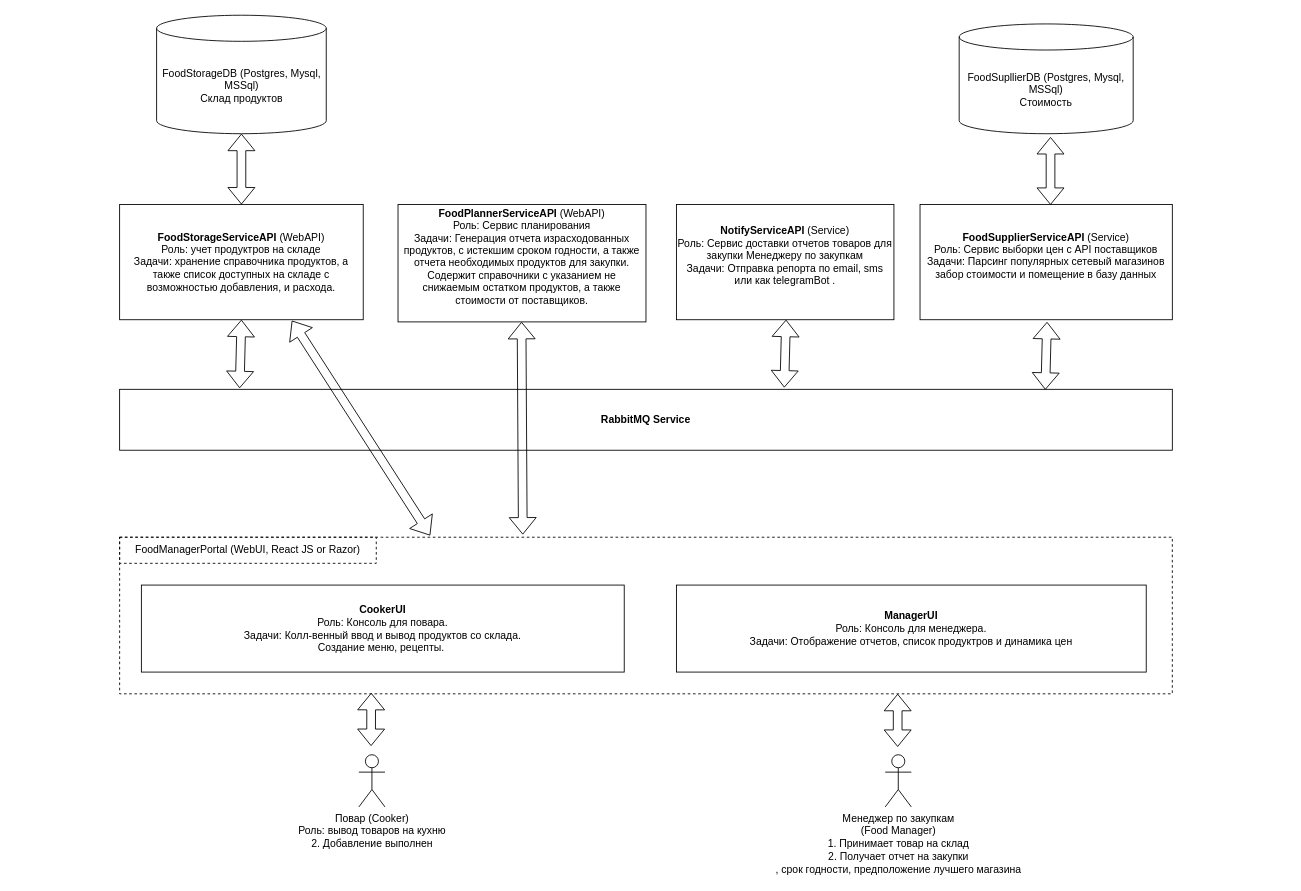
Before: docs/food-manager.drawio in otusroom5/food-manager, a draw.io diagram. Source tidied: cells renumbered, new cells numbered last; positions are measured from the earlier drawing's top-left corner, leaving out a move shared by most shapes. Both pictures are drawn from the tidied source at 87%, with x=0, y=0 at pixel (119, 15).
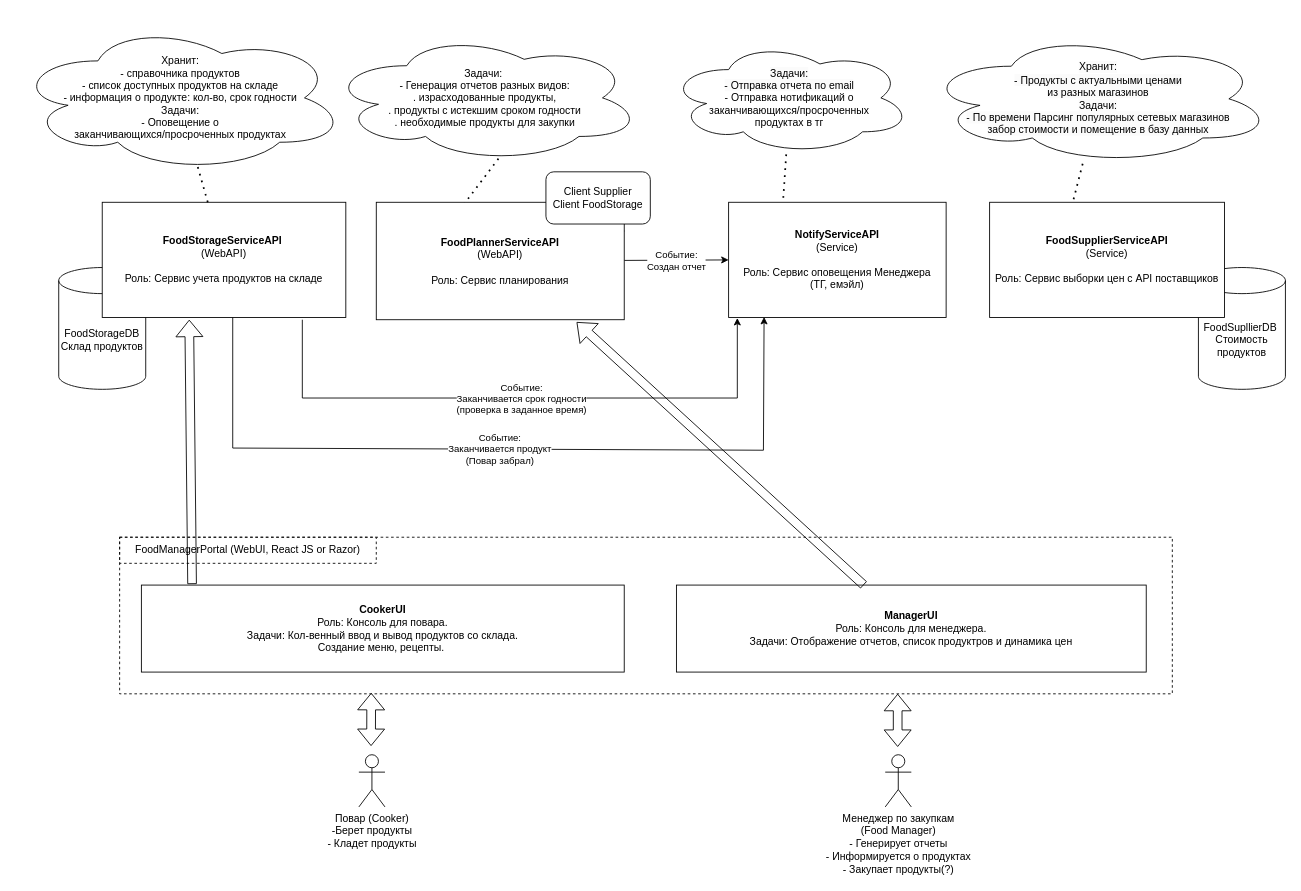
The same diagram, later.

Unchanged cells that the change refers to:
```xml
<mxCell id="9" style="rounded=0;whiteSpace=wrap;html=1;dashed=1;" parent="1" vertex="1">
  <mxGeometry y="600" width="1210" height="180" as="geometry" />
</mxCell>
<mxCell id="11" value="&lt;b&gt;ManagerUI&lt;/b&gt;&lt;br&gt;Роль: Консоль для менеджера.&lt;br&gt;Задачи: Отображение отчетов, список продуктров и динамика цен" style="rounded=0;whiteSpace=wrap;html=1;" parent="1" vertex="1">
  <mxGeometry x="640" y="655" width="540" height="100" as="geometry" />
</mxCell>
```

What changed in the source:
```diff
@@
+    <mxCell id="22" value="FoodSupllierDB&amp;nbsp;&lt;br&gt;Стоимость продуктов" style="shape=cylinder3;whiteSpace=wrap;html=1;boundedLbl=1;backgroundOutline=1;size=15;direction=east;shadow=0;" parent="1" vertex="1">
+      <mxGeometry x="1240" y="290" width="100" height="140" as="geometry" />
+    </mxCell>
-    <mxCell id="2" value="FoodStorageDB (Postgres, Mysql, MSSql)&lt;br&gt;Склад продуктов" style="shape=cylinder3;whiteSpace=wrap;html=1;boundedLbl=1;backgroundOutline=1;size=15;" parent="1" vertex="1">
-      <mxGeometry x="42.5" width="195" height="136.2" as="geometry" />
+    <mxCell id="2" value="FoodStorageDB&lt;br&gt;Склад продуктов" style="shape=cylinder3;whiteSpace=wrap;html=1;boundedLbl=1;backgroundOutline=1;size=15;" parent="1" vertex="1">
+      <mxGeometry x="-70" y="290" width="100" height="140" as="geometry" />
     </mxCell>
-    <mxCell id="3" value="&lt;b&gt;FoodStorageServiceAPI&amp;nbsp;&lt;/b&gt;(WebAPI)&lt;br&gt;Роль: учет продуктров на складе&lt;br&gt;Задачи: хранение справочника продуктов, а также список доступных на складе с возможностью добавления, и расхода." style="rounded=0;whiteSpace=wrap;html=1;" parent="1" vertex="1">
-      <mxGeometry y="217.5" width="280" height="132.5" as="geometry" />
+    <mxCell id="3" value="&lt;b&gt;FoodStorageServiceAPI&amp;nbsp;&lt;br&gt;&lt;/b&gt;(WebAPI)&lt;br&gt;&lt;br&gt;Роль: Сервис учета продуктов на складе" style="rounded=0;whiteSpace=wrap;html=1;" parent="1" vertex="1">
+      <mxGeometry x="-20" y="215" width="280" height="132.5" as="geometry" />
     </mxCell>
-    <mxCell id="4" value="&lt;b&gt;FoodPlannerServiceAPI&lt;/b&gt; (WebAPI)&lt;br&gt;Роль: Сервис планирования&lt;br&gt;Задачи: Генерация отчета израсходованных продуктов, c истекшим сроком годности, а также отчета необходимых продуктов для закупки. Содержит справочники с указанием не снижаемым остатком продуктов, а также стоимости от поставщиков.&lt;br&gt;&amp;nbsp;" style="rounded=0;whiteSpace=wrap;html=1;" parent="1" vertex="1">
-      <mxGeometry x="320" y="217.5" width="285" height="135" as="geometry" />
-    </mxCell>
-    <mxCell id="5" value="Повар (Cooker)&lt;br&gt;Роль: вывод товаров на кухню&lt;br&gt;2. Добавление выполнен" style="shape=umlActor;verticalLabelPosition=bottom;verticalAlign=top;html=1;" parent="1" vertex="1">
+    <mxCell id="5" value="Повар (Cooker)&lt;br&gt;-Берет продукты&lt;br&gt;- Кладет продукты" style="shape=umlActor;verticalLabelPosition=bottom;verticalAlign=top;html=1;" parent="1" vertex="1">
       <mxGeometry x="275" y="850" width="30" height="60" as="geometry" />
     </mxCell>
-    <mxCell id="6" value="Менеджер по закупкам&lt;br&gt;(Food Manager)&lt;br&gt;1. Принимает товар на склад&lt;br&gt;2. Получает отчет на закупки&lt;br&gt;, срок годности, предположение лучшего магазина" style="shape=umlActor;verticalLabelPosition=bottom;verticalAlign=top;html=1;" parent="1" vertex="1">
+    <mxCell id="6" value="Менеджер по закупкам&lt;br&gt;(Food Manager)&lt;br&gt;- Генерирует отчеты&lt;br&gt;- Информируется о продуктах&lt;br&gt;- Закупает продукты(?)" style="shape=umlActor;verticalLabelPosition=bottom;verticalAlign=top;html=1;" parent="1" vertex="1">
       <mxGeometry x="880" y="850" width="30" height="60" as="geometry" />
     </mxCell>
-    <mxCell id="7" value="&lt;b&gt;NotifyServiceAPI&lt;/b&gt;&amp;nbsp;(Service)&lt;br&gt;Роль: Сервис доставки отчетов товаров для закупки Менеджеру по закупкам&lt;br&gt;Задачи: Отправка репорта по email, sms или как telegramBot .&lt;br&gt;&amp;nbsp;" style="rounded=0;whiteSpace=wrap;html=1;" parent="1" vertex="1">
-      <mxGeometry x="640" y="217.5" width="250" height="132.5" as="geometry" />
+    <mxCell id="7" value="&lt;b&gt;NotifyServiceAPI&lt;br&gt;&lt;/b&gt;(Service)&lt;br&gt;&lt;br&gt;Роль: Сервис оповещения Менеджера&lt;br&gt;(ТГ, емэйл)" style="rounded=0;whiteSpace=wrap;html=1;" parent="1" vertex="1">
+      <mxGeometry x="700" y="215" width="250" height="132.5" as="geometry" />
     </mxCell>
-    <mxCell id="8" style="shape=flexArrow;endArrow=classic;startArrow=classic;html=1;rounded=0;entryX=0.5;entryY=1;entryDx=0;entryDy=0;entryPerimeter=0;exitX=0.5;exitY=0;exitDx=0;exitDy=0;" parent="1" edge="1" source="3" target="2">
-      <mxGeometry relative="1" as="geometry" />
-    </mxCell>
@@
-    <mxCell id="10" value="&lt;b&gt;CookerUI&lt;/b&gt;&lt;br&gt;Роль: Консоль для повара.&lt;br&gt;Задачи: Колл-венный ввод и вывод продуктов со склада. &lt;br&gt;Создание меню, рецепты.&amp;nbsp;" style="rounded=0;whiteSpace=wrap;html=1;" parent="1" vertex="1">
+    <mxCell id="10" value="&lt;b&gt;CookerUI&lt;/b&gt;&lt;br&gt;Роль: Консоль для повара.&lt;br&gt;Задачи: Кол-венный ввод и вывод продуктов со склада. &lt;br&gt;Создание меню, рецепты.&amp;nbsp;" style="rounded=0;whiteSpace=wrap;html=1;" parent="1" vertex="1">
       <mxGeometry x="25" y="655" width="555" height="100" as="geometry" />
     </mxCell>
@@
-    <mxCell id="13" value="&lt;b&gt;FoodSupplierServiceAPI&lt;/b&gt; (Service)&lt;br&gt;Роль: Сервис выборки цен с API поставщиков&lt;br&gt;Задачи: Парсинг популярных сетевый магазинов забор стоимости и помещение в базу данных&lt;br&gt;&amp;nbsp;" style="rounded=0;whiteSpace=wrap;html=1;" parent="1" vertex="1">
-      <mxGeometry x="920" y="217.5" width="290" height="132.5" as="geometry" />
+    <mxCell id="13" value="&lt;b&gt;FoodSupplierServiceAPI&lt;/b&gt; &lt;br&gt;(Service)&lt;br&gt;&lt;br&gt;Роль: Сервис выборки цен с API поставщиков" style="rounded=0;whiteSpace=wrap;html=1;" parent="1" vertex="1">
+      <mxGeometry x="1000" y="215" width="270" height="132.5" as="geometry" />
     </mxCell>
-    <mxCell id="14" value="&lt;b&gt;RabbitMQ Service&lt;br&gt;&lt;/b&gt;" style="rounded=0;whiteSpace=wrap;html=1;" parent="1" vertex="1">
-      <mxGeometry y="430" width="1210" height="70" as="geometry" />
-    </mxCell>
-    <mxCell id="15" style="shape=flexArrow;endArrow=classic;startArrow=classic;html=1;rounded=0;exitX=0.114;exitY=-0.018;exitDx=0;exitDy=0;exitPerimeter=0;" parent="1" edge="1" source="14">
-      <mxGeometry relative="1" as="geometry">
-        <mxPoint x="140" y="350" as="targetPoint" />
-      </mxGeometry>
-    </mxCell>
-    <mxCell id="16" style="shape=flexArrow;endArrow=classic;startArrow=classic;html=1;rounded=0;exitX=0.383;exitY=-0.017;exitDx=0;exitDy=0;exitPerimeter=0;" parent="1" edge="1" source="9">
-      <mxGeometry relative="1" as="geometry">
-        <mxPoint x="462" y="352.5" as="targetPoint" />
-      </mxGeometry>
-    </mxCell>
-    <mxCell id="17" style="shape=flexArrow;endArrow=classic;startArrow=classic;html=1;rounded=0;exitX=0.114;exitY=-0.018;exitDx=0;exitDy=0;exitPerimeter=0;" parent="1" edge="1">
-      <mxGeometry relative="1" as="geometry">
-        <mxPoint x="764" y="428" as="sourcePoint" />
-        <mxPoint x="766" y="350" as="targetPoint" />
-      </mxGeometry>
-    </mxCell>
-    <mxCell id="18" style="shape=flexArrow;endArrow=classic;startArrow=classic;html=1;rounded=0;exitX=0.114;exitY=-0.018;exitDx=0;exitDy=0;exitPerimeter=0;" parent="1" edge="1">
-      <mxGeometry relative="1" as="geometry">
-        <mxPoint x="1064" y="430.5" as="sourcePoint" />
-        <mxPoint x="1066" y="352.5" as="targetPoint" />
-      </mxGeometry>
-    </mxCell>
@@
-    <mxCell id="21" style="shape=flexArrow;endArrow=classic;startArrow=classic;html=1;rounded=0;entryX=0.707;entryY=1.008;entryDx=0;entryDy=0;entryPerimeter=0;exitX=0.295;exitY=-0.011;exitDx=0;exitDy=0;exitPerimeter=0;" parent="1" edge="1" source="9" target="3">
-      <mxGeometry relative="1" as="geometry" />
-    </mxCell>
-    <mxCell id="22" value="FoodSupllierDB (Postgres, Mysql, MSSql)&lt;br&gt;Стоимость" style="shape=cylinder3;whiteSpace=wrap;html=1;boundedLbl=1;backgroundOutline=1;size=15;" parent="1" vertex="1">
-      <mxGeometry x="965" y="10" width="200" height="126.2" as="geometry" />
-    </mxCell>
-    <mxCell id="23" style="shape=flexArrow;endArrow=classic;startArrow=classic;html=1;rounded=0;entryX=0.5;entryY=1;entryDx=0;entryDy=0;entryPerimeter=0;" parent="1" edge="1">
-      <mxGeometry relative="1" as="geometry">
-        <mxPoint x="1070" y="218" as="sourcePoint" />
-        <mxPoint x="1070" y="140" as="targetPoint" />
-      </mxGeometry>
-    </mxCell>
+    <mxCell id="24" value="Хранит:&lt;br&gt;- справочника продуктов&lt;br&gt;-&amp;nbsp;список доступных продуктов на складе &lt;br&gt;- информация о продукте: кол-во, срок годности&lt;br&gt;Задачи:&lt;br&gt;- Оповещение о &lt;br&gt;заканчивающихся/просроченных продуктах" style="ellipse;shape=cloud;whiteSpace=wrap;html=1;" parent="1" vertex="1">
+      <mxGeometry x="-120" y="10" width="380" height="170" as="geometry" />
+    </mxCell>
+    <mxCell id="25" style="endArrow=none;dashed=1;html=1;dashPattern=1 3;strokeWidth=2;rounded=0;entryX=0.55;entryY=0.95;entryDx=0;entryDy=0;entryPerimeter=0;" parent="1" edge="1" source="3" target="24">
+      <mxGeometry relative="1" as="geometry" />
+    </mxCell>
+    <mxCell id="26" value="Задачи:&amp;nbsp;&lt;br&gt;- Генерация отчетов разных видов:&lt;br&gt;. израсходованные продукты, &lt;br&gt;. продукты c истекшим сроком годности&lt;br&gt;. необходимые продукты для закупки" style="ellipse;shape=cloud;whiteSpace=wrap;html=1;" parent="1" vertex="1">
+      <mxGeometry x="240" y="21.1" width="360" height="147.8" as="geometry" />
+    </mxCell>
+    <mxCell id="27" value="&lt;span style=&quot;color: rgb(0, 0, 0); font-family: Helvetica; font-size: 12px; font-style: normal; font-variant-ligatures: normal; font-variant-caps: normal; font-weight: 400; letter-spacing: normal; orphans: 2; text-align: center; text-indent: 0px; text-transform: none; widows: 2; word-spacing: 0px; -webkit-text-stroke-width: 0px; background-color: rgb(251, 251, 251); text-decoration-thickness: initial; text-decoration-style: initial; text-decoration-color: initial; float: none; display: inline !important;&quot;&gt;Задачи: &lt;br&gt;- Отправка отчета по email&lt;br&gt;&lt;/span&gt;- Отправка нотификаций о &lt;br&gt;заканчивающихся/просроченных &lt;br&gt;продуктах в тг" style="ellipse;shape=cloud;whiteSpace=wrap;html=1;" parent="1" vertex="1">
+      <mxGeometry x="630" y="30" width="280" height="130" as="geometry" />
+    </mxCell>
+    <mxCell id="28" value="&lt;span style=&quot;color: rgb(0, 0, 0); font-family: Helvetica; font-size: 12px; font-style: normal; font-variant-ligatures: normal; font-variant-caps: normal; font-weight: 400; letter-spacing: normal; orphans: 2; text-align: center; text-indent: 0px; text-transform: none; widows: 2; word-spacing: 0px; -webkit-text-stroke-width: 0px; background-color: rgb(251, 251, 251); text-decoration-thickness: initial; text-decoration-style: initial; text-decoration-color: initial; float: none; display: inline !important;&quot;&gt;Хранит:&lt;br&gt;- Продукты с актуальными ценами &lt;br&gt;из разных магазинов&lt;br&gt;Задачи: &lt;br&gt;- По времени Парсинг популярных сетевых магазинов &lt;br&gt;забор стоимости и помещение в базу данных&lt;/span&gt;" style="ellipse;shape=cloud;whiteSpace=wrap;html=1;" parent="1" vertex="1">
+      <mxGeometry x="925" y="21.1" width="400" height="150" as="geometry" />
+    </mxCell>
+    <mxCell id="29" style="endArrow=classic;html=1;rounded=0;entryX=0;entryY=0.5;entryDx=0;entryDy=0;" parent="1" edge="1" source="4" target="7">
+      <mxGeometry relative="1" as="geometry" />
+    </mxCell>
+    <mxCell id="30" value="Событие:&lt;br&gt;Создан отчет" style="edgeLabel;html=1;align=center;verticalAlign=middle;" parent="29" vertex="1">
+      <mxGeometry relative="1" as="geometry" />
+    </mxCell>
+    <mxCell id="31" style="endArrow=classic;html=1;rounded=0;entryX=0.163;entryY=0.995;entryDx=0;entryDy=0;entryPerimeter=0;" parent="1" edge="1" target="7">
+      <mxGeometry relative="1" as="geometry">
+        <mxPoint x="130" y="347.5" as="sourcePoint" />
+        <Array as="points">
+          <mxPoint x="130" y="497.5" />
+          <mxPoint x="740" y="500" />
+        </Array>
+      </mxGeometry>
+    </mxCell>
+    <mxCell id="32" value="Событие:&lt;br&gt;Заканчивается продукт&lt;br&gt;(Повар забрал)" style="edgeLabel;html=1;align=center;verticalAlign=middle;" parent="31" vertex="1">
+      <mxGeometry relative="1" as="geometry" />
+    </mxCell>
+    <mxCell id="33" style="endArrow=classic;html=1;rounded=0;entryX=0.04;entryY=1.004;entryDx=0;entryDy=0;entryPerimeter=0;" parent="1" edge="1" target="7">
+      <mxGeometry relative="1" as="geometry">
+        <mxPoint x="210" y="350" as="sourcePoint" />
+        <Array as="points">
+          <mxPoint x="210" y="440" />
+          <mxPoint x="470" y="440" />
+          <mxPoint x="710" y="440" />
+        </Array>
+      </mxGeometry>
+    </mxCell>
+    <mxCell id="34" value="Событие:&lt;br&gt;Заканчивается срок годности&lt;br&gt;(проверка в заданное время)" style="edgeLabel;html=1;align=center;verticalAlign=middle;" parent="33" vertex="1">
+      <mxGeometry relative="1" as="geometry" />
+    </mxCell>
+    <mxCell id="35" style="endArrow=none;dashed=1;html=1;dashPattern=1 3;strokeWidth=2;rounded=0;exitX=0.353;exitY=0.018;exitDx=0;exitDy=0;exitPerimeter=0;entryX=0.55;entryY=0.95;entryDx=0;entryDy=0;entryPerimeter=0;" parent="1" edge="1" source="4" target="26">
+      <mxGeometry relative="1" as="geometry" />
+    </mxCell>
+    <mxCell id="36" style="endArrow=none;dashed=1;html=1;dashPattern=1 3;strokeWidth=2;rounded=0;" parent="1" edge="1" source="4">
+      <mxGeometry relative="1" as="geometry">
+        <mxPoint x="570" y="250" as="targetPoint" />
+      </mxGeometry>
+    </mxCell>
+    <mxCell id="37" style="endArrow=none;dashed=1;html=1;dashPattern=1 3;strokeWidth=2;rounded=0;" parent="1" edge="1" target="4">
+      <mxGeometry relative="1" as="geometry">
+        <mxPoint x="520" y="300" as="sourcePoint" />
+      </mxGeometry>
+    </mxCell>
+    <mxCell id="4" value="&lt;b&gt;FoodPlannerServiceAPI&lt;/b&gt; &lt;br&gt;(WebAPI)&lt;br&gt;&lt;br&gt;Роль: Сервис планирования" style="rounded=0;whiteSpace=wrap;html=1;" parent="1" vertex="1">
+      <mxGeometry x="295" y="215" width="285" height="135" as="geometry" />
+    </mxCell>
+    <mxCell id="38" style="endArrow=none;dashed=1;html=1;dashPattern=1 3;strokeWidth=2;rounded=0;entryX=0.25;entryY=0;entryDx=0;entryDy=0;" parent="1" edge="1" source="27" target="7">
+      <mxGeometry relative="1" as="geometry" />
+    </mxCell>
+    <mxCell id="39" style="endArrow=none;dashed=1;html=1;dashPattern=1 3;strokeWidth=2;rounded=0;entryX=0.353;entryY=0.009;entryDx=0;entryDy=0;entryPerimeter=0;" parent="1" edge="1" source="28" target="13">
+      <mxGeometry relative="1" as="geometry" />
+    </mxCell>
+    <mxCell id="40" value="Client Supplier&lt;br&gt;Client FoodStorage" style="rounded=1;whiteSpace=wrap;html=1;" parent="1" vertex="1">
+      <mxGeometry x="490" y="180" width="120" height="60" as="geometry" />
+    </mxCell>
+    <mxCell id="41" style="shape=flexArrow;endArrow=classic;html=1;rounded=0;exitX=0.105;exitY=-0.011;exitDx=0;exitDy=0;exitPerimeter=0;" parent="1" edge="1" source="10">
+      <mxGeometry relative="1" as="geometry">
+        <mxPoint x="80" y="350" as="targetPoint" />
+      </mxGeometry>
+    </mxCell>
+    <mxCell id="42" style="shape=flexArrow;endArrow=classic;html=1;rounded=0;entryX=0.808;entryY=1.02;entryDx=0;entryDy=0;entryPerimeter=0;" parent="1" edge="1" source="11" target="4">
+      <mxGeometry relative="1" as="geometry" />
+    </mxCell>
```
